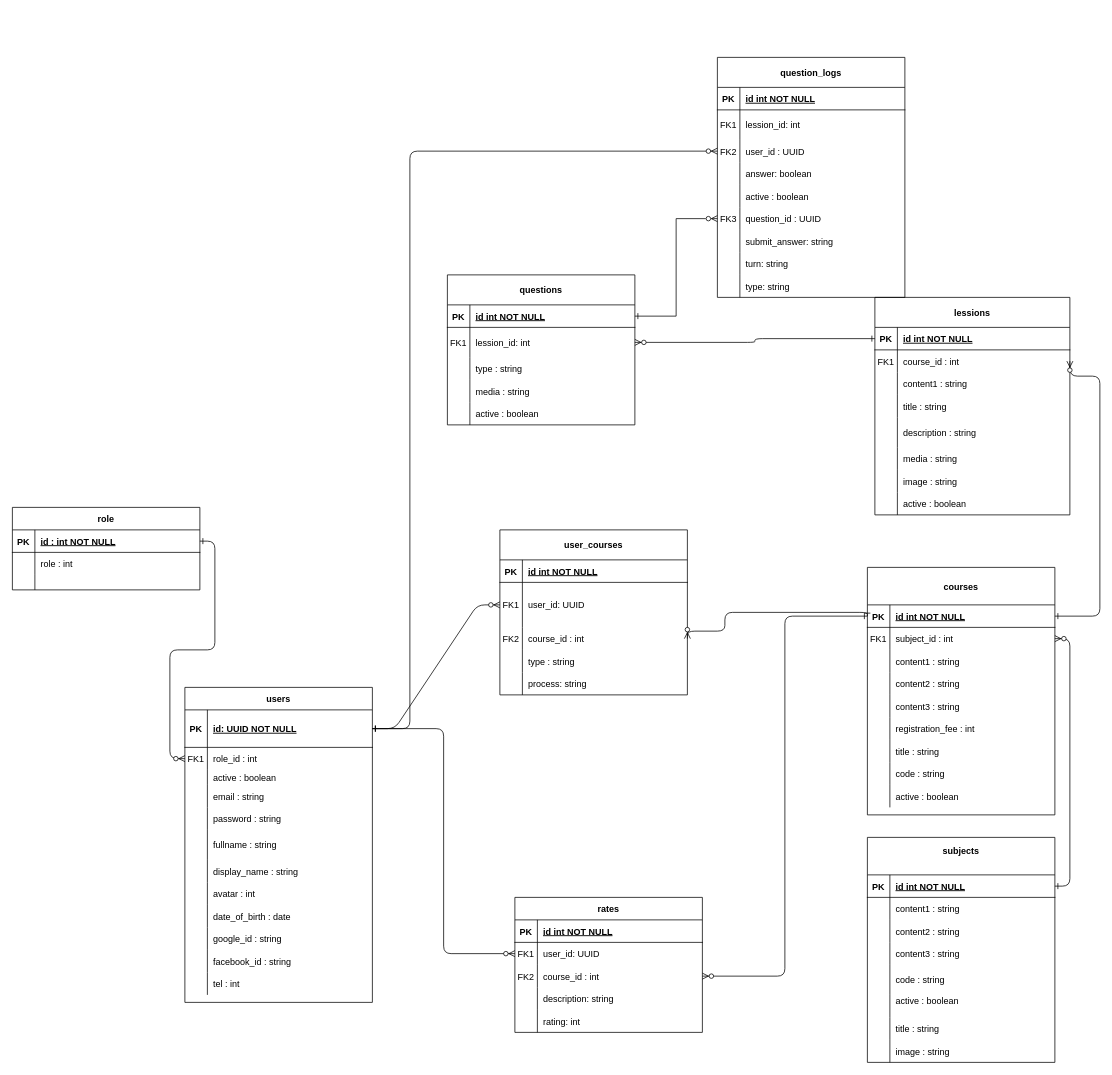
Before: ERD.drawio in datphanhuy14/login-jwt, a draw.io diagram. Source tidied: cells renumbered, new cells numbered last; positions are measured from the earlier drawing's top-left corner, leaving out a move shared by most shapes. Both pictures are drawn from the tidied source at 75%, with x=0, y=0 at pixel (12, 57).
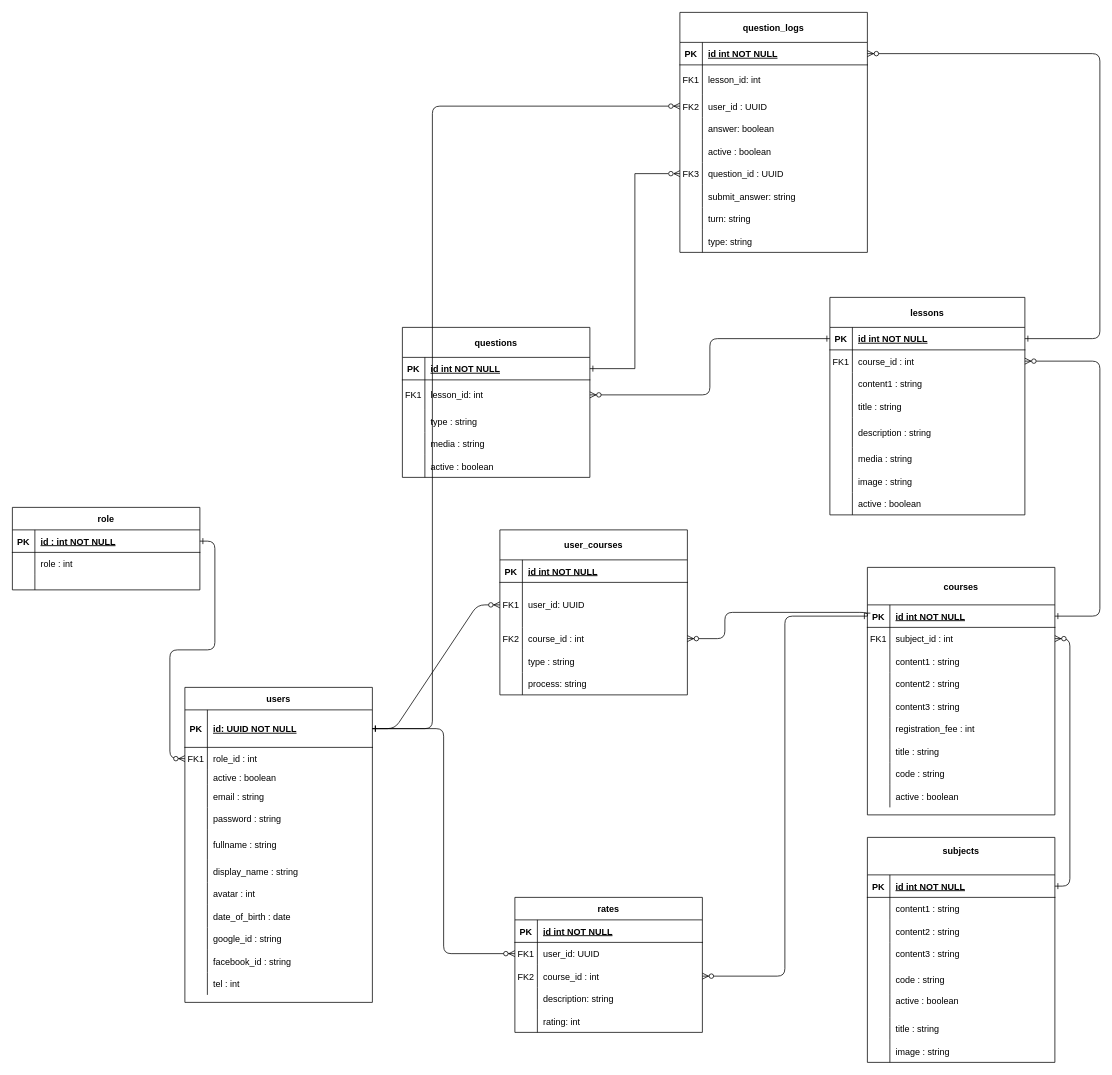
The same diagram, later.

Unchanged cells that the change refers to:
```xml
<mxCell id="10" style="shape=partialRectangle;fillColor=none;points=[[0,0.5],[1,0.5]];portConstraint=eastwest;top=0;left=0;right=0;bottom=0;" parent="3" vertex="1">
  <mxGeometry y="130" width="250" height="30" as="geometry" />
</mxCell>
<mxCell id="20" style="shape=partialRectangle;fillColor=none;points=[[0,0.5],[1,0.5]];portConstraint=eastwest;top=0;left=0;right=0;bottom=1;" parent="19" vertex="1">
  <mxGeometry y="50" width="250" height="30" as="geometry" />
</mxCell>
<mxCell id="48" style="shape=partialRectangle;fillColor=none;points=[[0,0.5],[1,0.5]];portConstraint=eastwest;top=0;left=0;right=0;bottom=1;" parent="47" vertex="1">
  <mxGeometry y="30" width="250" height="50" as="geometry" />
</mxCell>
<mxCell id="141" style="shape=partialRectangle;fillColor=none;points=[[0,0.5],[1,0.5]];portConstraint=eastwest;top=0;left=0;right=0;bottom=1;" parent="140" vertex="1">
  <mxGeometry y="40" width="260" height="30" as="geometry" />
</mxCell>
<mxCell id="144" style="shape=partialRectangle;fillColor=none;points=[[0,0.5],[1,0.5]];portConstraint=eastwest;top=0;left=0;right=0;bottom=0;" parent="140" vertex="1">
  <mxGeometry y="70" width="260" height="30" as="geometry" />
</mxCell>
<mxCell id="170" style="shape=partialRectangle;fillColor=none;points=[[0,0.5],[1,0.5]];portConstraint=eastwest;top=0;left=0;right=0;bottom=0;" parent="166" vertex="1">
  <mxGeometry y="70" width="250" height="40" as="geometry" />
</mxCell>
<mxCell id="184" style="shape=partialRectangle;fillColor=none;points=[[0,0.5],[1,0.5]];portConstraint=eastwest;top=0;left=0;right=0;bottom=1;" parent="183" vertex="1">
  <mxGeometry y="40" width="250" height="30" as="geometry" />
</mxCell>
<mxCell id="187" style="shape=partialRectangle;fillColor=none;top=0;left=0;right=0;bottom=0;" parent="183" vertex="1">
  <mxGeometry y="70" width="250" height="40" as="geometry" />
</mxCell>
<mxCell id="190" style="shape=partialRectangle;fillColor=none;points=[[0,0.5],[1,0.5]];portConstraint=eastwest;top=0;left=0;right=0;bottom=0;" parent="183" vertex="1">
  <mxGeometry y="110" width="250" height="30" as="geometry" />
</mxCell>
```

The edit, as a diff of the source:
```diff
@@
     <mxCell id="95" style="edgeStyle=orthogonalEdgeStyle;rounded=1;jettySize=auto;html=1;entryX=1;entryY=0.5;entryDx=0;entryDy=0;endArrow=ERzeroToMany;endFill=1;startFill=0;startArrow=ERone;exitX=0;exitY=0.5;exitDx=0;exitDy=0;" parent="1" edge="1" source="20" target="10">
       <mxGeometry relative="1" as="geometry">
         <Array as="points">
           <mxPoint x="1140" y="740" />
           <mxPoint x="950" y="740" />
-          <mxPoint x="950" y="765" />
+          <mxPoint x="950" y="775" />
         </Array>
       </mxGeometry>
     </mxCell>
@@
-    <mxCell id="140" value="lessions" style="shape=table;startSize=40;childLayout=tableLayout;rowLines=0;fontStyle=1;align=center;" parent="1" vertex="1">
-      <mxGeometry x="1150" y="320" width="260" height="290" as="geometry" />
+    <mxCell id="140" value="lessons" style="shape=table;startSize=40;childLayout=tableLayout;rowLines=0;fontStyle=1;align=center;" parent="1" vertex="1">
+      <mxGeometry x="1090" y="320" width="260" height="290" as="geometry" />
     </mxCell>
@@
     <mxCell id="165" style="edgeStyle=orthogonalEdgeStyle;rounded=1;jettySize=auto;html=1;startArrow=ERone;startFill=0;endArrow=ERzeroToMany;endFill=1;entryX=1;entryY=0.5;entryDx=0;entryDy=0;" parent="1" edge="1" source="20" target="144">
       <mxGeometry relative="1" as="geometry">
         <Array as="points">
           <mxPoint x="1450" y="745" />
-          <mxPoint x="1450" y="425" />
+          <mxPoint x="1450" y="405" />
         </Array>
       </mxGeometry>
     </mxCell>
     <mxCell id="166" value="questions" style="shape=table;startSize=40;childLayout=tableLayout;rowLines=0;fontStyle=1;align=center;" parent="1" vertex="1">
-      <mxGeometry x="580" y="290" width="250" height="200" as="geometry" />
+      <mxGeometry x="520" y="360" width="250" height="200" as="geometry" />
     </mxCell>
@@
-    <mxCell id="172" value="lession_id:  int " style="shape=partialRectangle;overflow=hidden;fillColor=none;top=0;left=0;bottom=0;right=0;align=left;spacingLeft=6;" parent="170" vertex="1">
+    <mxCell id="172" value="lesson_id:  int " style="shape=partialRectangle;overflow=hidden;fillColor=none;top=0;left=0;bottom=0;right=0;align=left;spacingLeft=6;" parent="170" vertex="1">
       <mxGeometry x="30" width="220" height="40" as="geometry" />
     </mxCell>
@@
     <mxCell id="183" value="question_logs" style="shape=table;startSize=40;childLayout=tableLayout;rowLines=0;fontStyle=1;align=center;" parent="1" vertex="1">
-      <mxGeometry x="940" width="250" height="320" as="geometry" />
+      <mxGeometry x="890" y="-60" width="250" height="320" as="geometry" />
     </mxCell>
@@
-    <mxCell id="189" value="lession_id: int " style="shape=partialRectangle;overflow=hidden;fillColor=none;top=0;left=0;bottom=0;right=0;align=left;spacingLeft=6;" parent="187" vertex="1">
+    <mxCell id="189" value="lesson_id: int " style="shape=partialRectangle;overflow=hidden;fillColor=none;top=0;left=0;bottom=0;right=0;align=left;spacingLeft=6;" parent="187" vertex="1">
       <mxGeometry x="30" width="220" height="40" as="geometry" />
     </mxCell>
@@
-    <mxCell id="212" style="edgeStyle=orthogonalEdgeStyle;rounded=1;jettySize=auto;html=1;startArrow=ERone;startFill=0;endArrow=ERzeroToMany;endFill=1;" parent="1" edge="1" source="48" target="190">
+    <mxCell id="212" style="edgeStyle=orthogonalEdgeStyle;rounded=1;jettySize=auto;html=1;entryX=0;entryY=0.5;entryDx=0;entryDy=0;endFill=1;endArrow=ERzeroToMany;startFill=0;startArrow=ERone;" parent="1" edge="1" source="48" target="190">
       <mxGeometry relative="1" as="geometry">
         <Array as="points">
-          <mxPoint x="530" y="895" />
-          <mxPoint x="530" y="125" />
+          <mxPoint x="560" y="895" />
+          <mxPoint x="560" y="65" />
         </Array>
       </mxGeometry>
     </mxCell>
+    <mxCell id="213" style="edgeStyle=orthogonalEdgeStyle;rounded=1;jettySize=auto;html=1;endFill=1;endArrow=ERzeroToMany;startFill=0;startArrow=ERone;" parent="1" edge="1" source="141" target="184">
+      <mxGeometry relative="1" as="geometry">
+        <Array as="points">
+          <mxPoint x="1450" y="375" />
+          <mxPoint x="1450" y="-5" />
+        </Array>
+      </mxGeometry>
+    </mxCell>
```
